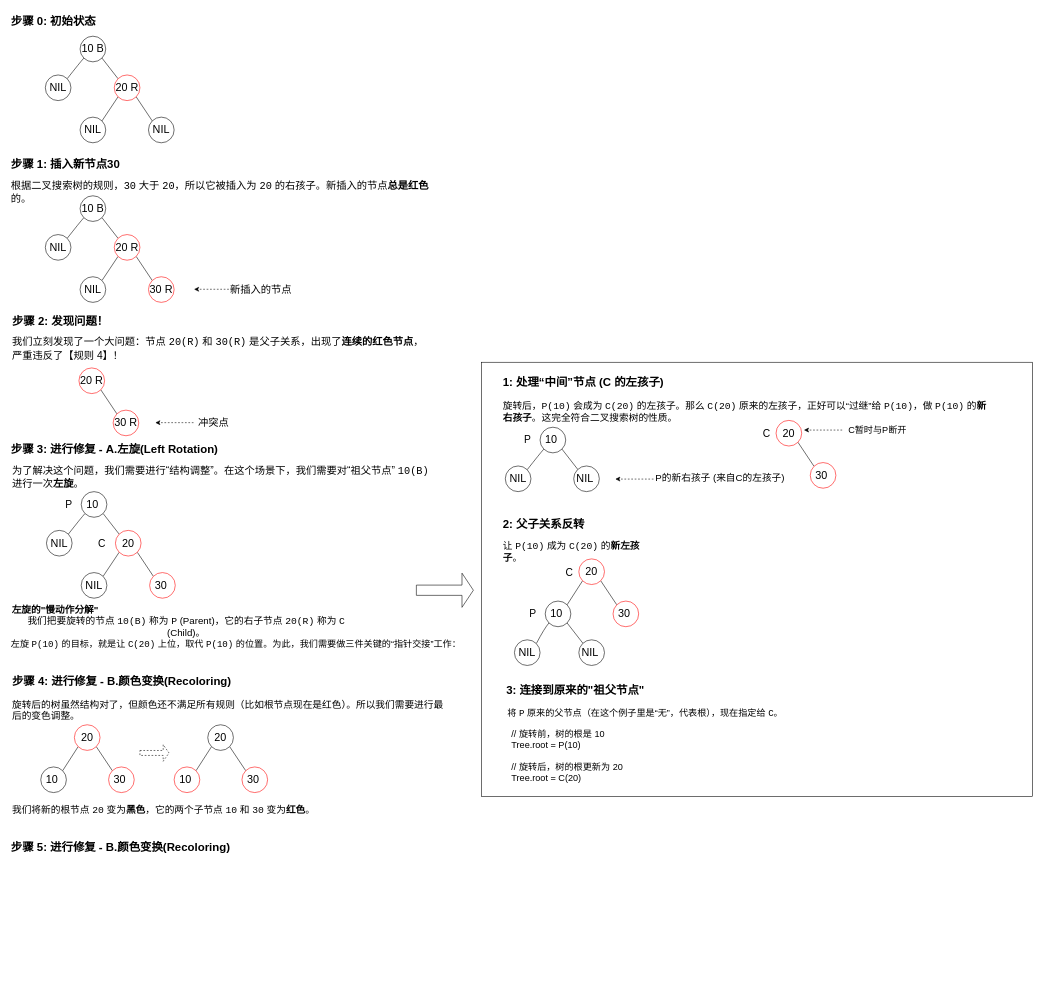
xiaodongYao/DrawIO keeps this draw.io diagram as RedBlackWork.drawio. Above is the earlier version. Source tidied: cells renumbered, new cells numbered last; positions are measured from the earlier drawing's top-left corner, leaving out a move shared by most shapes. Both pictures are drawn from the tidied source at 57%, with x=0, y=0 at pixel (10, 10).
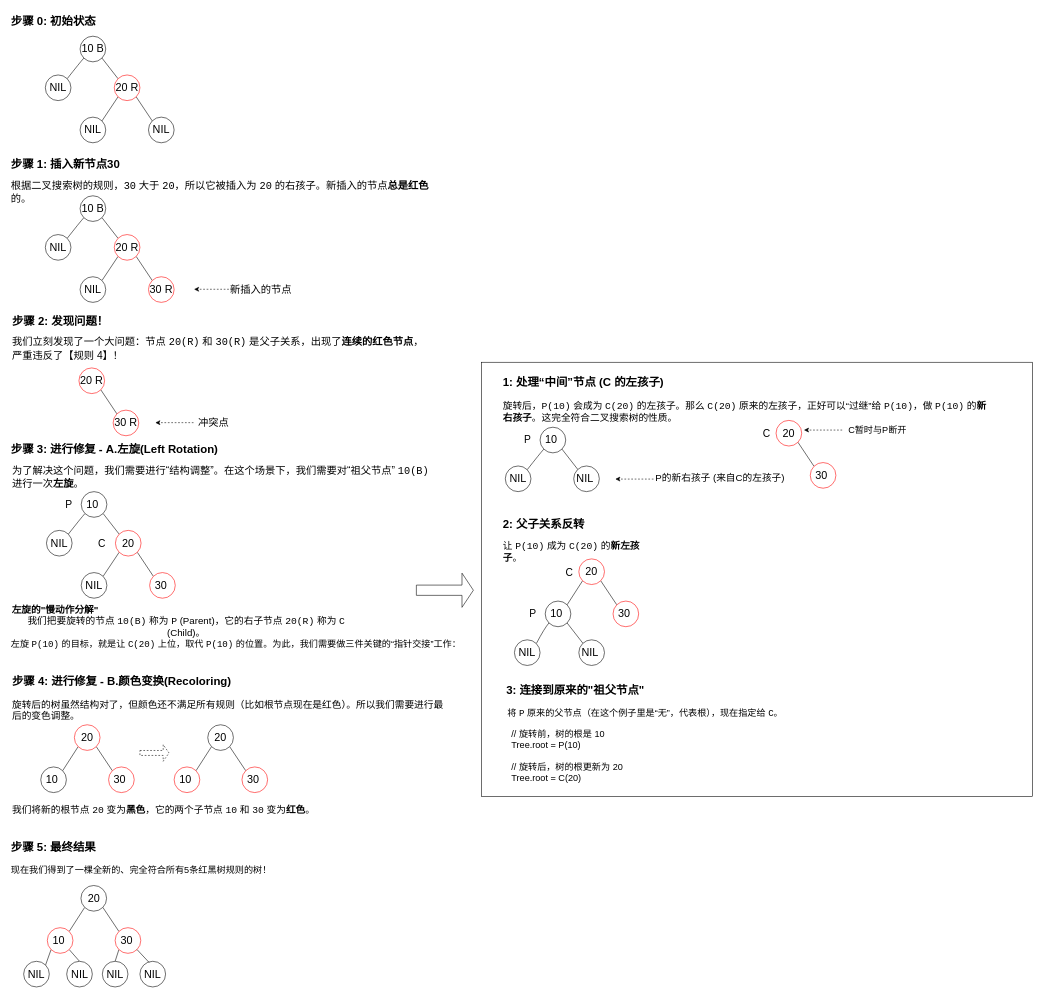
After the change.

What changed in the source:
```diff
@@
-    <mxCell id="2" style="rounded=0;whiteSpace=wrap;html=1;" parent="1" vertex="1">
+    <mxCell id="2" style="rounded=0;whiteSpace=wrap;html=1;labelBorderColor=none;labelBackgroundColor=default;" parent="1" vertex="1">
       <mxGeometry x="827" y="618" width="967" height="762" as="geometry" />
     </mxCell>
@@
-    <mxCell id="96" value="步骤 5: 进行修复 - B.颜色变换(Recoloring)" style="text;whiteSpace=wrap;html=1;fontSize=20;fontStyle=1;" parent="1" vertex="1">
+    <mxCell id="96" value="步骤 5: 最终结果" style="text;whiteSpace=wrap;html=1;fontSize=20;fontStyle=1;" parent="1" vertex="1">
       <mxGeometry y="1450" width="436" height="36" as="geometry" />
     </mxCell>
+    <mxCell id="97" value="现在我们得到了一棵全新的、完全符合所有5条红黑树规则的树！" style="text;whiteSpace=wrap;html=1;fontSize=16;" parent="1" vertex="1">
+      <mxGeometry y="1493" width="536" height="36" as="geometry" />
+    </mxCell>
+    <mxCell id="98" style="rounded=0;jettySize=auto;html=1;exitX=1;exitY=1;exitDx=0;exitDy=0;entryX=0;entryY=0;entryDx=0;entryDy=0;endArrow=none;endFill=0;" parent="1" edge="1" source="100" target="102">
+      <mxGeometry relative="1" as="geometry" />
+    </mxCell>
+    <mxCell id="99" style="rounded=0;jettySize=auto;html=1;exitX=0;exitY=1;exitDx=0;exitDy=0;entryX=1;entryY=0;entryDx=0;entryDy=0;endArrow=none;endFill=0;" parent="1" edge="1" source="100" target="105">
+      <mxGeometry relative="1" as="geometry" />
+    </mxCell>
+    <mxCell id="100" value="20" style="ellipse;whiteSpace=wrap;html=1;fontSize=19;strokeColor=light-dark(#000000,#EDEDED);" parent="1" vertex="1">
+      <mxGeometry x="124.5" y="1536" width="45" height="45" as="geometry" />
+    </mxCell>
+    <mxCell id="101" style="rounded=0;jettySize=auto;html=1;exitX=0;exitY=1;exitDx=0;exitDy=0;entryX=0.5;entryY=0;entryDx=0;entryDy=0;endArrow=none;endFill=0;" parent="1" edge="1" source="102" target="108">
+      <mxGeometry relative="1" as="geometry" />
+    </mxCell>
+    <mxCell id="102" value="30&amp;nbsp;" style="ellipse;whiteSpace=wrap;html=1;fontSize=19;strokeColor=light-dark(#ff0000, #EDEDED);" parent="1" vertex="1">
+      <mxGeometry x="184.5" y="1610" width="45" height="45" as="geometry" />
+    </mxCell>
+    <mxCell id="103" style="rounded=0;jettySize=auto;html=1;exitX=1;exitY=1;exitDx=0;exitDy=0;entryX=0.5;entryY=0;entryDx=0;entryDy=0;endArrow=none;endFill=0;" parent="1" edge="1" source="105" target="107">
+      <mxGeometry relative="1" as="geometry" />
+    </mxCell>
+    <mxCell id="104" style="rounded=0;jettySize=auto;html=1;exitX=0;exitY=1;exitDx=0;exitDy=0;entryX=1;entryY=0;entryDx=0;entryDy=0;endArrow=none;endFill=0;" parent="1" edge="1" source="105" target="106">
+      <mxGeometry relative="1" as="geometry" />
+    </mxCell>
+    <mxCell id="105" value="10&amp;nbsp;" style="ellipse;whiteSpace=wrap;html=1;fontSize=19;strokeColor=light-dark(#ff0000, #ededed);" parent="1" vertex="1">
+      <mxGeometry x="65.5" y="1610" width="45" height="45" as="geometry" />
+    </mxCell>
+    <mxCell id="106" value="NIL" style="ellipse;whiteSpace=wrap;html=1;fontSize=19;strokeColor=light-dark(#000000,#EDEDED);" parent="1" vertex="1">
+      <mxGeometry x="24" y="1669" width="45" height="45" as="geometry" />
+    </mxCell>
+    <mxCell id="107" value="NIL" style="ellipse;whiteSpace=wrap;html=1;fontSize=19;strokeColor=light-dark(#000000,#EDEDED);" parent="1" vertex="1">
+      <mxGeometry x="99.5" y="1669" width="45" height="45" as="geometry" />
+    </mxCell>
+    <mxCell id="108" value="NIL" style="ellipse;whiteSpace=wrap;html=1;fontSize=19;strokeColor=light-dark(#000000,#EDEDED);" parent="1" vertex="1">
+      <mxGeometry x="162" y="1669" width="45" height="45" as="geometry" />
+    </mxCell>
+    <mxCell id="109" value="NIL" style="ellipse;whiteSpace=wrap;html=1;fontSize=19;strokeColor=light-dark(#000000,#EDEDED);" parent="1" vertex="1">
+      <mxGeometry x="228" y="1669" width="45" height="45" as="geometry" />
+    </mxCell>
+    <mxCell id="110" style="rounded=0;jettySize=auto;html=1;exitX=1;exitY=1;exitDx=0;exitDy=0;entryX=0.356;entryY=0.044;entryDx=0;entryDy=0;entryPerimeter=0;endArrow=none;endFill=0;" parent="1" edge="1" source="102" target="109">
+      <mxGeometry relative="1" as="geometry" />
+    </mxCell>
```
